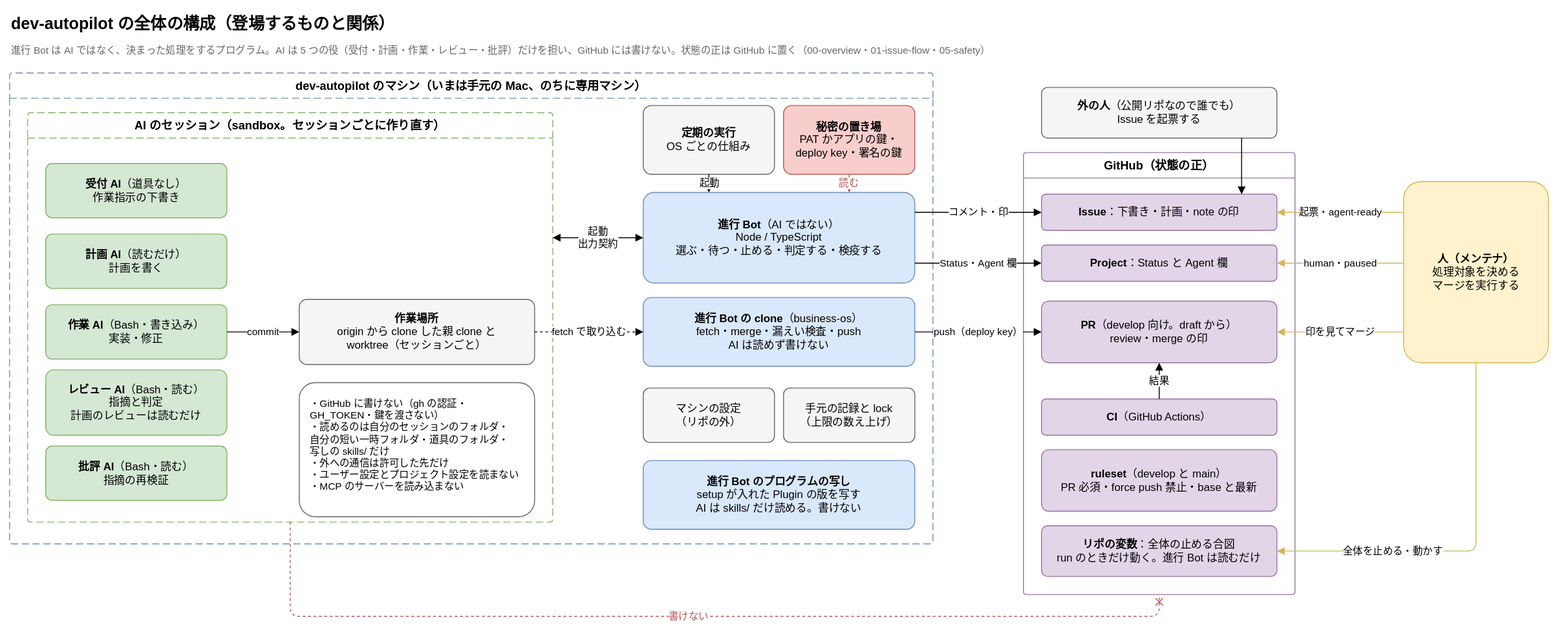
The draw.io diagram docs/diagrams/overview.drawio.svg in Joymerrevent/dev-autopilot, before a commit. Source tidied: cells renumbered, new cells last; positions are measured from the earlier drawing's top-left corner, leaving out a move shared by most shapes.
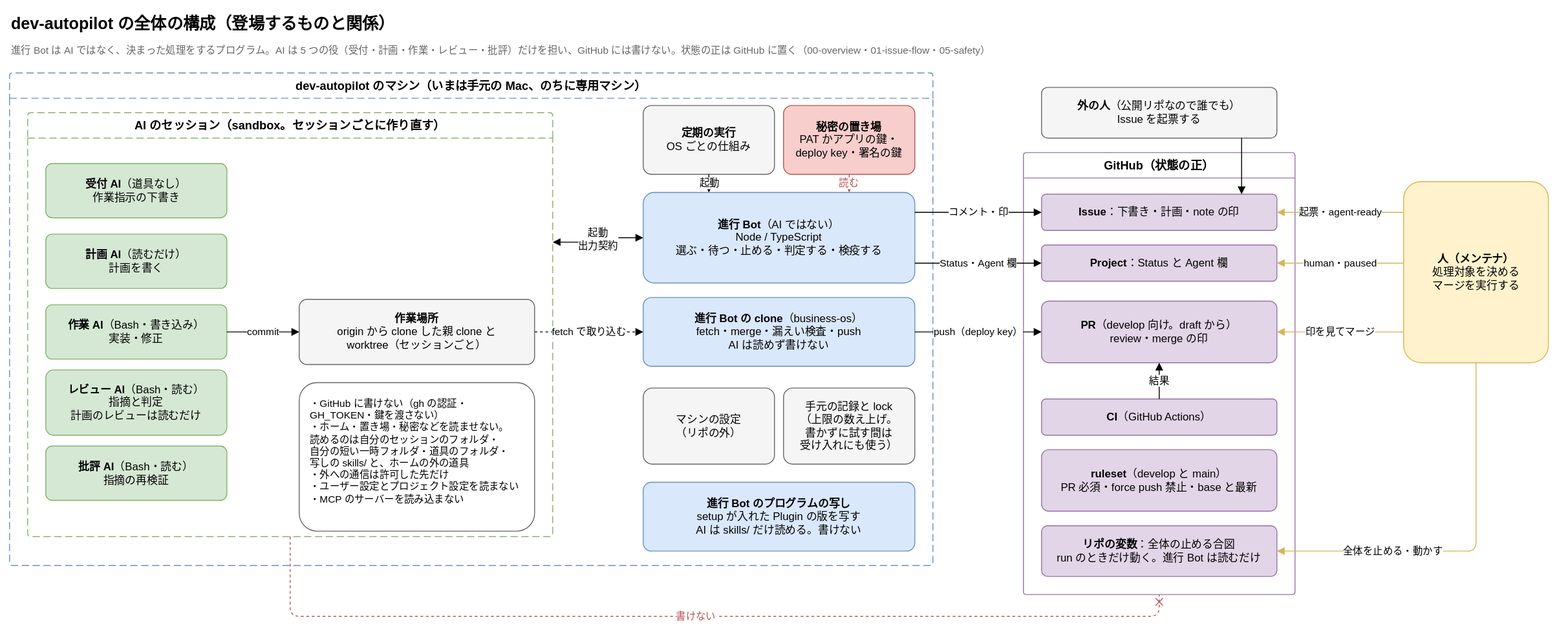
The same file after the commit.

What changed in the source:
```diff
@@ -9,10 +9,10 @@
       <mxGeometry y="32" width="1700" height="22" as="geometry" />
     </mxCell>
     <mxCell id="4" value="dev-autopilot のマシン（いまは手元の Mac、のちに専用マシン）" style="swimlane;startSize=28;html=1;whiteSpace=wrap;rounded=1;arcSize=4;dashed=1;dashPattern=8 4;fontStyle=1;fontSize=13;strokeColor=#6c8ebf;fillColor=none;swimlaneFillColor=none;" parent="1" vertex="1">
-      <mxGeometry y="70" width="1020" height="520" as="geometry" />
+      <mxGeometry y="70" width="1020" height="544" as="geometry" />
     </mxCell>
     <mxCell id="5" value="AI のセッション（sandbox。セッションごとに作り直す）" style="swimlane;startSize=28;html=1;whiteSpace=wrap;rounded=1;arcSize=4;dashed=1;dashPattern=8 4;fontStyle=1;fontSize=13;strokeColor=#82b366;fillColor=none;swimlaneFillColor=none;" parent="4" vertex="1">
-      <mxGeometry x="20" y="44" width="580" height="452" as="geometry" />
+      <mxGeometry x="20" y="44" width="580" height="468" as="geometry" />
     </mxCell>
     <mxCell id="6" value="&lt;b&gt;受付 AI&lt;/b&gt;（道具なし）&lt;br&gt;作業指示の下書き" style="rounded=1;whiteSpace=wrap;html=1;fontSize=12;arcSize=12;fillColor=#d5e8d4;strokeColor=#82b366;spacing=12;" parent="5" vertex="1">
       <mxGeometry x="20" y="56" width="200" height="60" as="geometry" />
@@ -32,8 +32,8 @@
     <mxCell id="11" value="&lt;b&gt;作業場所&lt;/b&gt;&lt;br&gt;origin から clone した親 clone と&lt;br&gt;worktree（セッションごと）" style="rounded=1;whiteSpace=wrap;html=1;fontSize=12;arcSize=12;fillColor=#f5f5f5;strokeColor=#666666;spacing=12;" parent="5" vertex="1">
       <mxGeometry x="300" y="206" width="260" height="72" as="geometry" />
     </mxCell>
-    <mxCell id="12" value="・GitHub に書けない（gh の認証・GH_TOKEN・鍵を渡さない）&lt;br&gt;・読めるのは自分のセッションのフォルダ・&lt;br&gt;自分の短い一時フォルダ・道具のフォルダ・&lt;br&gt;写しの skills/ だけ&lt;br&gt;・外への通信は許可した先だけ&lt;br&gt;・ユーザー設定とプロジェクト設定を読まない&lt;br&gt;・MCP のサーバーを読み込まない" style="rounded=1;whiteSpace=wrap;html=1;fontSize=12;arcSize=12;align=left;verticalAlign=top;fontSize=11;fillColor=#ffffff;strokeColor=#666666;spacing=12;" parent="5" vertex="1">
-      <mxGeometry x="300" y="298" width="260" height="148" as="geometry" />
+    <mxCell id="12" value="・GitHub に書けない（gh の認証・GH_TOKEN・鍵を渡さない）&lt;br&gt;・ホーム・置き場・秘密などを読ませない。&lt;br&gt;読めるのは自分のセッションのフォルダ・&lt;br&gt;自分の短い一時フォルダ・道具のフォルダ・&lt;br&gt;写しの skills/ と、ホームの外の道具&lt;br&gt;・外への通信は許可した先だけ&lt;br&gt;・ユーザー設定とプロジェクト設定を読まない&lt;br&gt;・MCP のサーバーを読み込まない" style="rounded=1;whiteSpace=wrap;html=1;fontSize=12;arcSize=12;align=left;verticalAlign=top;fontSize=11;fillColor=#ffffff;strokeColor=#666666;spacing=12;" parent="5" vertex="1">
+      <mxGeometry x="300" y="298" width="260" height="164" as="geometry" />
     </mxCell>
     <mxCell id="13" value="&lt;b&gt;定期の実行&lt;/b&gt;&lt;br&gt;OS ごとの仕組み" style="rounded=1;whiteSpace=wrap;html=1;fontSize=12;arcSize=12;fillColor=#f5f5f5;strokeColor=#666666;spacing=12;" parent="1" vertex="1">
       <mxGeometry x="700" y="106" width="145" height="76" as="geometry" />
@@ -48,13 +48,13 @@
       <mxGeometry x="700" y="318" width="300" height="76" as="geometry" />
     </mxCell>
     <mxCell id="17" value="&lt;b&gt;進行 Bot のプログラムの写し&lt;/b&gt;&lt;br&gt;setup が入れた Plugin の版を写す&lt;br&gt;AI は skills/ だけ読める。書けない" style="rounded=1;whiteSpace=wrap;html=1;fontSize=12;arcSize=12;fillColor=#dae8fc;strokeColor=#6c8ebf;spacing=12;" parent="1" vertex="1">
-      <mxGeometry x="700" y="498" width="300" height="76" as="geometry" />
+      <mxGeometry x="700" y="522" width="300" height="76" as="geometry" />
     </mxCell>
     <mxCell id="18" value="マシンの設定&lt;br&gt;（リポの外）" style="rounded=1;whiteSpace=wrap;html=1;fontSize=12;arcSize=12;fillColor=#f5f5f5;strokeColor=#666666;spacing=12;" parent="1" vertex="1">
-      <mxGeometry x="700" y="418" width="145" height="60" as="geometry" />
+      <mxGeometry x="700" y="418" width="145" height="84" as="geometry" />
     </mxCell>
-    <mxCell id="19" value="手元の記録と lock&lt;br&gt;（上限の数え上げ）" style="rounded=1;whiteSpace=wrap;html=1;fontSize=12;arcSize=12;fillColor=#f5f5f5;strokeColor=#666666;spacing=12;" parent="1" vertex="1">
-      <mxGeometry x="855" y="418" width="145" height="60" as="geometry" />
+    <mxCell id="19" value="手元の記録と lock&lt;br&gt;（上限の数え上げ。&lt;br&gt;書かずに試す間は&lt;br&gt;受け入れにも使う）" style="rounded=1;whiteSpace=wrap;html=1;fontSize=12;arcSize=12;fillColor=#f5f5f5;strokeColor=#666666;spacing=12;" parent="1" vertex="1">
+      <mxGeometry x="855" y="418" width="145" height="84" as="geometry" />
     </mxCell>
     <mxCell id="20" value="GitHub（状態の正）" style="swimlane;startSize=28;html=1;whiteSpace=wrap;rounded=1;arcSize=4;fontStyle=1;fontSize=13;strokeColor=#9673a6;fillColor=none;swimlaneFillColor=none;" parent="1" vertex="1">
       <mxGeometry x="1120" y="158" width="300" height="488" as="geometry" />
```
